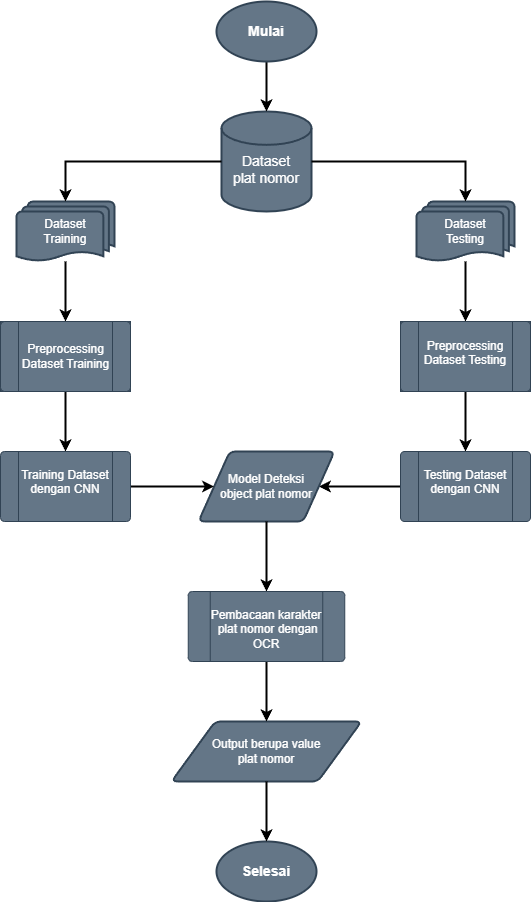
The draw.io diagram Project Architecture/Alur Sistem.png in aqilwahid/Pengenal-Citra-Nomor-Kendaraan, before a commit. Source tidied: cells renumbered, new cells last; positions are measured from the earlier drawing's top-left corner, leaving out a move shared by most shapes.
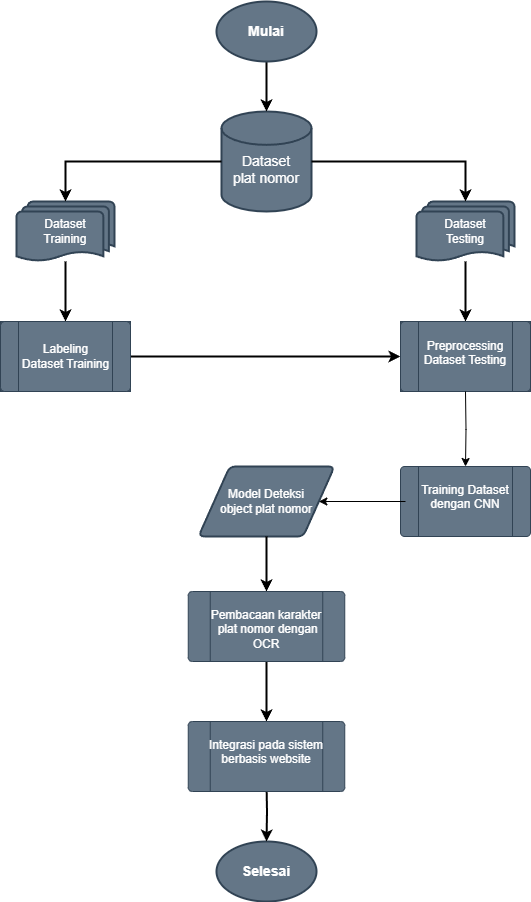
Later version of the same file.

What changed in the source:
```diff
@@ -17,15 +17,9 @@
     <mxCell id="6" value="Dataset&lt;br&gt;Testing" style="strokeWidth=2;html=1;shape=mxgraph.flowchart.multi-document;whiteSpace=wrap;fillColor=#647687;fontColor=#ffffff;strokeColor=#314354;" parent="1" vertex="1">
       <mxGeometry x="416" y="200" width="98" height="60" as="geometry" />
     </mxCell>
-    <mxCell id="7" style="edgeStyle=orthogonalEdgeStyle;rounded=0;jettySize=auto;html=1;entryX=1;entryY=0.5;entryDx=0;entryDy=0;strokeWidth=2;exitX=0;exitY=0.5;exitDx=0;exitDy=0;" parent="1" edge="1" source="29" target="8">
-      <mxGeometry relative="1" as="geometry" />
-    </mxCell>
     <mxCell id="8" value="Model Deteksi&lt;br&gt;object plat nomor" style="shape=parallelogram;html=1;strokeWidth=2;perimeter=parallelogramPerimeter;whiteSpace=wrap;rounded=1;arcSize=12;size=0.23;fillColor=#647687;fontColor=#ffffff;strokeColor=#314354;" parent="1" vertex="1">
-      <mxGeometry x="198" y="450" width="136" height="70" as="geometry" />
+      <mxGeometry x="198" y="465" width="136" height="70" as="geometry" />
     </mxCell>
-    <mxCell id="9" value="Output berupa value&lt;br&gt;plat nomor" style="shape=parallelogram;html=1;strokeWidth=2;perimeter=parallelogramPerimeter;whiteSpace=wrap;rounded=1;arcSize=12;size=0.23;fillColor=#647687;fontColor=#ffffff;strokeColor=#314354;" parent="1" vertex="1">
-      <mxGeometry x="171" y="720" width="190" height="60" as="geometry" />
-    </mxCell>
     <mxCell id="10" style="edgeStyle=orthogonalEdgeStyle;rounded=0;jettySize=auto;html=1;strokeWidth=2;" parent="1" edge="1" source="11" target="2">
       <mxGeometry relative="1" as="geometry" />
     </mxCell>
@@ -47,53 +41,62 @@
     <mxCell id="16" style="group;fillColor=#647687;fontColor=#ffffff;strokeColor=#314354;" parent="1" vertex="1">
       <mxGeometry x="400" y="320" width="130" height="70" as="geometry" />
     </mxCell>
-    <mxCell id="17" style="edgeStyle=orthogonalEdgeStyle;rounded=0;jettySize=auto;html=1;strokeWidth=2;" parent="1" edge="1" source="25" target="29">
-      <mxGeometry relative="1" as="geometry" />
-    </mxCell>
-    <mxCell id="18" style="edgeStyle=orthogonalEdgeStyle;rounded=0;jettySize=auto;html=1;entryX=0.5;entryY=0;entryDx=0;entryDy=0;strokeWidth=2;" parent="1" edge="1" source="23" target="27">
+    <mxCell id="18" style="edgeStyle=orthogonalEdgeStyle;rounded=0;jettySize=auto;html=1;entryX=0;entryY=0.5;entryDx=0;entryDy=0;strokeWidth=2;" parent="1" edge="1" source="23" target="25">
       <mxGeometry relative="1" as="geometry" />
     </mxCell>
-    <mxCell id="19" style="edgeStyle=orthogonalEdgeStyle;rounded=0;jettySize=auto;html=1;strokeWidth=2;" parent="1" edge="1" source="27" target="8">
-      <mxGeometry relative="1" as="geometry" />
-    </mxCell>
     <mxCell id="20" style="edgeStyle=orthogonalEdgeStyle;rounded=0;jettySize=auto;html=1;entryX=0.5;entryY=0;entryDx=0;entryDy=0;strokeWidth=2;exitX=0.5;exitY=1;exitDx=0;exitDy=0;" parent="1" edge="1" source="8" target="31">
       <mxGeometry relative="1" as="geometry" />
     </mxCell>
-    <mxCell id="21" style="edgeStyle=orthogonalEdgeStyle;rounded=0;jettySize=auto;html=1;strokeWidth=2;exitX=0.5;exitY=1;exitDx=0;exitDy=0;" parent="1" edge="1" source="31" target="9">
-      <mxGeometry relative="1" as="geometry" />
+    <mxCell id="21" style="edgeStyle=orthogonalEdgeStyle;rounded=0;jettySize=auto;html=1;strokeWidth=2;exitX=0.5;exitY=1;exitDx=0;exitDy=0;" parent="1" edge="1" source="31">
+      <mxGeometry relative="1" as="geometry">
+        <mxPoint x="266" y="720" as="targetPoint" />
+      </mxGeometry>
     </mxCell>
-    <mxCell id="22" style="edgeStyle=orthogonalEdgeStyle;rounded=0;jettySize=auto;html=1;entryX=0.5;entryY=0;entryDx=0;entryDy=0;entryPerimeter=0;strokeWidth=2;" parent="1" edge="1" source="9" target="12">
-      <mxGeometry relative="1" as="geometry" />
+    <mxCell id="22" style="edgeStyle=orthogonalEdgeStyle;rounded=0;jettySize=auto;html=1;entryX=0.5;entryY=0;entryDx=0;entryDy=0;entryPerimeter=0;strokeWidth=2;" parent="1" edge="1" target="12">
+      <mxGeometry relative="1" as="geometry">
+        <mxPoint x="266" y="780" as="sourcePoint" />
+      </mxGeometry>
     </mxCell>
     <mxCell id="23" style="verticalLabelPosition=bottom;verticalAlign=top;html=1;shape=process;whiteSpace=wrap;rounded=1;size=0.14;arcSize=6;fillColor=#647687;fontColor=#ffffff;strokeColor=#314354;" parent="1" vertex="1">
       <mxGeometry y="320" width="130" height="70" as="geometry" />
     </mxCell>
-    <mxCell id="24" value="Preprocessing&lt;br&gt;Dataset Training" style="text;html=1;align=center;verticalAlign=middle;fontColor=#FFFFFF;" parent="1" vertex="1">
+    <mxCell id="24" value="Labeling&lt;br&gt;Dataset Training" style="text;html=1;align=center;verticalAlign=middle;fontColor=#FFFFFF;" parent="1" vertex="1">
       <mxGeometry x="10" y="335" width="110" height="40" as="geometry" />
     </mxCell>
     <mxCell id="25" style="verticalLabelPosition=bottom;verticalAlign=top;html=1;shape=process;whiteSpace=wrap;rounded=1;size=0.14;arcSize=6;fillColor=#647687;fontColor=#ffffff;strokeColor=#314354;" parent="1" vertex="1">
       <mxGeometry x="400" y="320" width="130" height="70" as="geometry" />
     </mxCell>
+    <mxCell id="33" style="edgeStyle=orthogonalEdgeStyle;rounded=0;jettySize=auto;html=1;entryX=0.5;entryY=0;entryDx=0;entryDy=0;" parent="1" edge="1" target="27">
+      <mxGeometry relative="1" as="geometry">
+        <mxPoint x="465" y="390" as="sourcePoint" />
+      </mxGeometry>
+    </mxCell>
     <mxCell id="26" value="&lt;span style=&quot;font-family: Helvetica; font-size: 12px; font-style: normal; font-variant-ligatures: normal; font-variant-caps: normal; font-weight: 400; letter-spacing: normal; orphans: 2; text-indent: 0px; text-transform: none; widows: 2; word-spacing: 0px; -webkit-text-stroke-width: 0px; text-decoration-thickness: initial; text-decoration-style: initial; text-decoration-color: initial; float: none; display: inline !important;&quot;&gt;Preprocessing&lt;/span&gt;&lt;br style=&quot;border-color: var(--border-color); font-family: Helvetica; font-size: 12px; font-style: normal; font-variant-ligatures: normal; font-variant-caps: normal; font-weight: 400; letter-spacing: normal; orphans: 2; text-indent: 0px; text-transform: none; widows: 2; word-spacing: 0px; -webkit-text-stroke-width: 0px; text-decoration-thickness: initial; text-decoration-style: initial; text-decoration-color: initial;&quot;&gt;&lt;span style=&quot;font-family: Helvetica; font-size: 12px; font-style: normal; font-variant-ligatures: normal; font-variant-caps: normal; font-weight: 400; letter-spacing: normal; orphans: 2; text-indent: 0px; text-transform: none; widows: 2; word-spacing: 0px; -webkit-text-stroke-width: 0px; text-decoration-thickness: initial; text-decoration-style: initial; text-decoration-color: initial; float: none; display: inline !important;&quot;&gt;Dataset Testing&lt;/span&gt;" style="text;whiteSpace=wrap;html=1;align=center;fontColor=#FFFFFF;labelBackgroundColor=none;" parent="1" vertex="1">
       <mxGeometry x="405" y="330.8" width="120" height="48.3" as="geometry" />
     </mxCell>
+    <mxCell id="31" style="verticalLabelPosition=bottom;verticalAlign=top;html=1;shape=process;whiteSpace=wrap;rounded=1;size=0.14;arcSize=6;fillColor=#647687;fontColor=#ffffff;strokeColor=#314354;" parent="1" vertex="1">
+      <mxGeometry x="187.8" y="590" width="156.5" height="70" as="geometry" />
+    </mxCell>
+    <mxCell id="32" value="&lt;div style=&quot;&quot;&gt;Pembacaan karakter&lt;/div&gt;&lt;div style=&quot;&quot;&gt;&amp;nbsp;&lt;span style=&quot;background-color: initial;&quot;&gt;plat&amp;nbsp;&lt;/span&gt;&lt;span style=&quot;background-color: initial;&quot;&gt;nomor dengan&lt;/span&gt;&lt;/div&gt;&lt;div style=&quot;&quot;&gt;&lt;span style=&quot;background-color: initial;&quot;&gt;OCR&lt;/span&gt;&lt;/div&gt;" style="text;whiteSpace=wrap;html=1;align=center;fontColor=#FFFFFF;" parent="1" vertex="1">
+      <mxGeometry x="193" y="600" width="146" height="50" as="geometry" />
+    </mxCell>
+    <mxCell id="34" style="group;" parent="1" vertex="1">
+      <mxGeometry x="400" y="465" width="130" height="70" as="geometry" />
+    </mxCell>
-    <mxCell id="27" style="verticalLabelPosition=bottom;verticalAlign=top;html=1;shape=process;whiteSpace=wrap;rounded=1;size=0.14;arcSize=6;fontColor=#ffffff;fillColor=#647687;strokeColor=#314354;" parent="1" vertex="1">
-      <mxGeometry y="450" width="130" height="70" as="geometry" />
+    <mxCell id="27" style="verticalLabelPosition=bottom;verticalAlign=top;html=1;shape=process;whiteSpace=wrap;rounded=1;size=0.14;arcSize=6;fontColor=#ffffff;fillColor=#647687;strokeColor=#314354;" parent="34" vertex="1">
+      <mxGeometry width="130" height="70" as="geometry" />
     </mxCell>
-    <mxCell id="28" value="&lt;div style=&quot;&quot;&gt;&lt;span style=&quot;background-color: initial;&quot;&gt;Training&amp;nbsp;&lt;/span&gt;&lt;span style=&quot;background-color: initial;&quot;&gt;Dataset&lt;/span&gt;&lt;/div&gt;&lt;div style=&quot;&quot;&gt;&lt;span style=&quot;background-color: initial;&quot;&gt;dengan CNN&lt;/span&gt;&lt;/div&gt;" style="text;whiteSpace=wrap;html=1;align=center;fontColor=#FFFFFF;" parent="1" vertex="1">
-      <mxGeometry x="5" y="460" width="120" height="50" as="geometry" />
+    <mxCell id="28" value="&lt;div style=&quot;&quot;&gt;&lt;span style=&quot;background-color: initial;&quot;&gt;Training&amp;nbsp;&lt;/span&gt;&lt;span style=&quot;background-color: initial;&quot;&gt;Dataset&lt;/span&gt;&lt;/div&gt;&lt;div style=&quot;&quot;&gt;&lt;span style=&quot;background-color: initial;&quot;&gt;dengan CNN&lt;/span&gt;&lt;/div&gt;" style="text;whiteSpace=wrap;html=1;align=center;fontColor=#FFFFFF;" parent="34" vertex="1">
+      <mxGeometry x="5" y="10" width="120" height="50" as="geometry" />
     </mxCell>
-    <mxCell id="29" style="verticalLabelPosition=bottom;verticalAlign=top;html=1;shape=process;whiteSpace=wrap;rounded=1;size=0.14;arcSize=6;fillColor=#647687;fontColor=#ffffff;strokeColor=#314354;" parent="1" vertex="1">
-      <mxGeometry x="400" y="450" width="130" height="70" as="geometry" />
-    </mxCell>
-    <mxCell id="30" value="&lt;div style=&quot;&quot;&gt;&lt;span style=&quot;background-color: initial;&quot;&gt;Testing&amp;nbsp;&lt;/span&gt;&lt;span style=&quot;background-color: initial;&quot;&gt;Dataset&lt;/span&gt;&lt;/div&gt;&lt;div style=&quot;&quot;&gt;dengan CNN&lt;/div&gt;" style="text;whiteSpace=wrap;html=1;align=center;fontColor=#FFFFFF;" parent="1" vertex="1">
-      <mxGeometry x="405" y="460" width="120" height="50" as="geometry" />
-    </mxCell>
-    <mxCell id="31" style="verticalLabelPosition=bottom;verticalAlign=top;html=1;shape=process;whiteSpace=wrap;rounded=1;size=0.14;arcSize=6;fillColor=#647687;fontColor=#ffffff;strokeColor=#314354;" parent="1" vertex="1">
-      <mxGeometry x="187.8" y="590" width="156.5" height="70" as="geometry" />
-    </mxCell>
-    <mxCell id="32" value="&lt;div style=&quot;&quot;&gt;Pembacaan karakter&lt;/div&gt;&lt;div style=&quot;&quot;&gt;&amp;nbsp;&lt;span style=&quot;background-color: initial;&quot;&gt;plat&amp;nbsp;&lt;/span&gt;&lt;span style=&quot;background-color: initial;&quot;&gt;nomor dengan&lt;/span&gt;&lt;/div&gt;&lt;div style=&quot;&quot;&gt;&lt;span style=&quot;background-color: initial;&quot;&gt;OCR&lt;/span&gt;&lt;/div&gt;" style="text;whiteSpace=wrap;html=1;align=center;fontColor=#FFFFFF;" parent="1" vertex="1">
-      <mxGeometry x="193" y="600" width="146" height="50" as="geometry" />
-    </mxCell>
+    <mxCell id="35" style="edgeStyle=orthogonalEdgeStyle;rounded=0;jettySize=auto;html=1;" parent="1" edge="1" source="28" target="8">
+      <mxGeometry relative="1" as="geometry" />
+    </mxCell>
+    <mxCell id="36" style="verticalLabelPosition=bottom;verticalAlign=top;html=1;shape=process;whiteSpace=wrap;rounded=1;size=0.14;arcSize=6;fillColor=#647687;fontColor=#ffffff;strokeColor=#314354;" parent="1" vertex="1">
+      <mxGeometry x="187.8" y="720" width="156.5" height="70" as="geometry" />
+    </mxCell>
+    <mxCell id="37" value="&lt;div style=&quot;&quot;&gt;Integrasi pada sistem&lt;/div&gt;&lt;div style=&quot;&quot;&gt;berbasis website&lt;/div&gt;" style="text;whiteSpace=wrap;html=1;align=center;fontColor=#FFFFFF;" parent="1" vertex="1">
+      <mxGeometry x="193" y="730" width="146" height="50" as="geometry" />
+    </mxCell>
   </root>
 </mxGraphModel>
```
